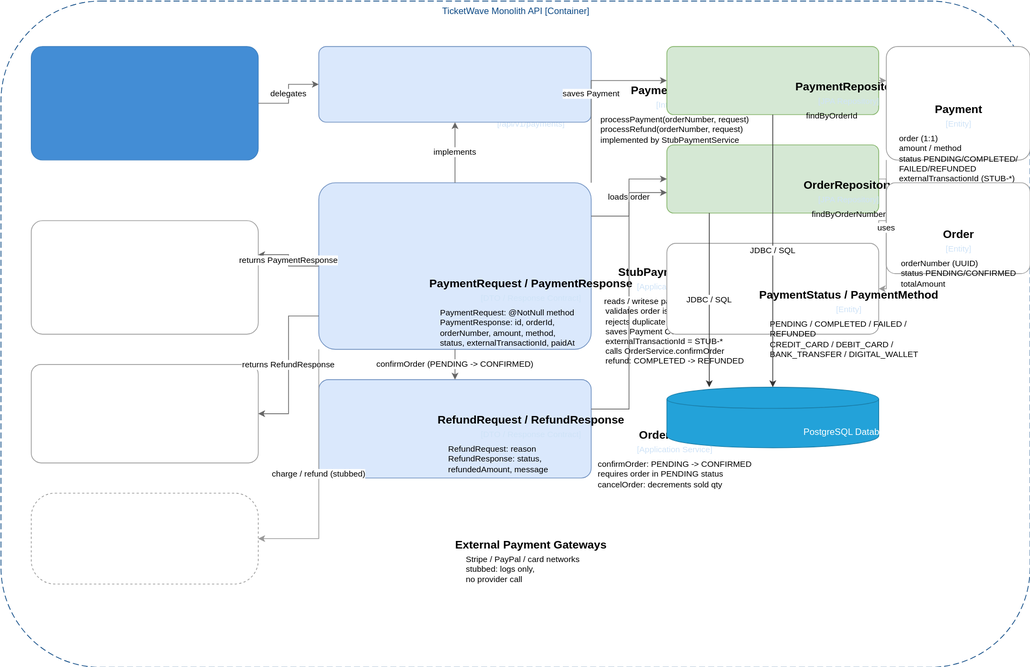
Above: diagrams/c4model/ticketwave-c3-payment-service.drawio.svg in Juanchoque1206/soe-TicketWave (draw.io), before the change. Source tidied: cells renumbered, new cells last; positions are measured from the earlier drawing's top-left corner, leaving out a move shared by most shapes.
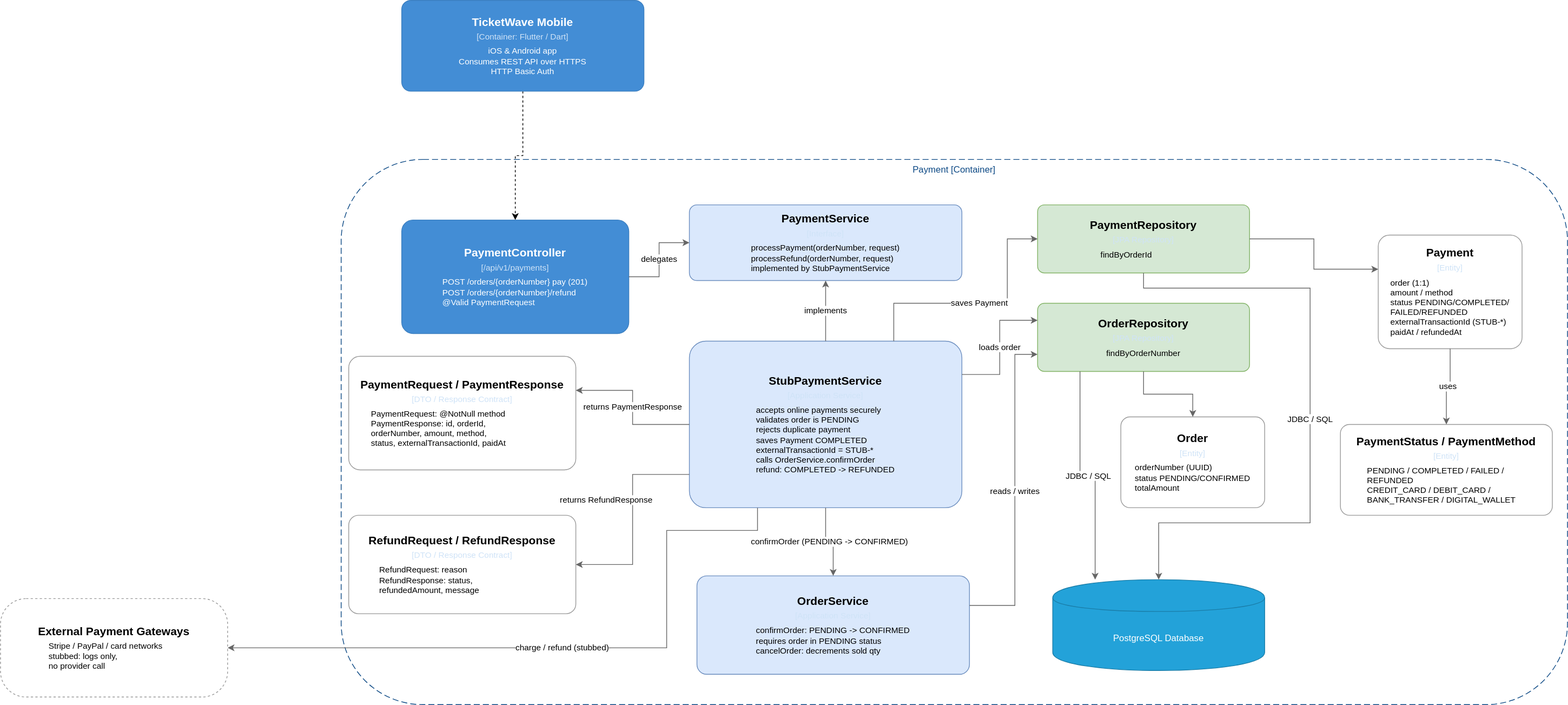
Later version of the same file.

What changed in the source:
```diff
@@ -2,11 +2,11 @@
   <root>
     <mxCell id="0" />
     <mxCell id="1" parent="0" />
-    <mxCell id="2" value="TicketWave Monolith API [Container]" style="group;rounded=1;whiteSpace=wrap;html=1;dashed=1;strokeColor=#0b4884;fillColor=none;fontColor=#0b4884;dashPattern=8 4;" parent="1" vertex="1">
-      <mxGeometry width="1360" height="880" as="geometry" />
+    <mxCell id="2" value="Payment [Container]" style="group;rounded=1;whiteSpace=wrap;html=1;dashed=1;strokeColor=#0b4884;fillColor=none;fontColor=#0b4884;dashPattern=8 4;" parent="1" vertex="1">
+      <mxGeometry x="-40" width="1620" height="720" as="geometry" />
     </mxCell>
     <mxCell id="3" value="&lt;div style=&quot;border-color: rgb(218, 220, 224); font-size: 15px; font-weight: bold; margin-bottom: 4px;&quot;&gt;PaymentController&lt;/div&gt;&lt;div style=&quot;border-color: rgb(218, 220, 224); font-size: 11px; color: rgb(207, 227, 247); margin-bottom: 6px;&quot;&gt;[/api/v1/payments]&lt;/div&gt;&lt;div style=&quot;border-color: rgb(218, 220, 224); font-size: 11px; text-align: left; padding: 0px 14px;&quot;&gt;POST /orders/{orderNumber}  pay (201)&lt;/div&gt;&lt;div style=&quot;border-color: rgb(218, 220, 224); font-size: 11px; text-align: left; padding: 0px 14px;&quot;&gt;POST /orders/{orderNumber}/refund&lt;/div&gt;&lt;div style=&quot;border-color: rgb(218, 220, 224); font-size: 11px; text-align: left; padding: 0px 14px;&quot;&gt;@Valid PaymentRequest&lt;/div&gt;" style="rounded=1;whiteSpace=wrap;html=1;fillColor=#438dd5;strokeColor=#3c7fc0;fontColor=#ffffff;arcSize=10;" parent="1" vertex="1">
-      <mxGeometry x="40" y="60" width="300" height="150" as="geometry" />
+      <mxGeometry x="40" y="80" width="300" height="150" as="geometry" />
     </mxCell>
     <mxCell id="4" value="&lt;div style=&quot;border-color: rgb(218, 220, 224); font-size: 15px; font-weight: bold; margin-bottom: 4px;&quot;&gt;PaymentService&lt;/div&gt;&lt;div style=&quot;border-color: rgb(218, 220, 224); font-size: 11px; color: rgb(207, 227, 247); margin-bottom: 6px;&quot;&gt;[Interface]&lt;/div&gt;&lt;div style=&quot;border-color: rgb(218, 220, 224); font-size: 11px; text-align: left; padding: 0px 14px;&quot;&gt;processPayment(orderNumber, request)&lt;/div&gt;&lt;div style=&quot;border-color: rgb(218, 220, 224); font-size: 11px; text-align: left; padding: 0px 14px;&quot;&gt;processRefund(orderNumber, request)&lt;/div&gt;&lt;div style=&quot;border-color: rgb(218, 220, 224); font-size: 11px; text-align: left; padding: 0px 14px;&quot;&gt;implemented by StubPaymentService&lt;/div&gt;" style="rounded=1;whiteSpace=wrap;html=1;fillColor=#dae8fc;strokeColor=#6c8ebf;arcSize=10;" parent="1" vertex="1">
       <mxGeometry x="420" y="60" width="360" height="100" as="geometry" />
@@ -15,13 +15,13 @@
       <mxGeometry x="420" y="240" width="360" height="220" as="geometry" />
     </mxCell>
     <mxCell id="6" value="&lt;div style=&quot;border-color: rgb(218, 220, 224); font-size: 15px; font-weight: bold; margin-bottom: 4px;&quot;&gt;OrderService&lt;/div&gt;&lt;div style=&quot;border-color: rgb(218, 220, 224); font-size: 11px; color: rgb(207, 227, 247); margin-bottom: 6px;&quot;&gt;[Application Service]&lt;/div&gt;&lt;div style=&quot;border-color: rgb(218, 220, 224); font-size: 11px; text-align: left; padding: 0px 14px;&quot;&gt;confirmOrder: PENDING -&gt; CONFIRMED&lt;/div&gt;&lt;div style=&quot;border-color: rgb(218, 220, 224); font-size: 11px; text-align: left; padding: 0px 14px;&quot;&gt;requires order in PENDING status&lt;/div&gt;&lt;div style=&quot;border-color: rgb(218, 220, 224); font-size: 11px; text-align: left; padding: 0px 14px;&quot;&gt;cancelOrder: decrements sold qty&lt;/div&gt;" style="rounded=1;whiteSpace=wrap;html=1;fillColor=#dae8fc;strokeColor=#6c8ebf;arcSize=10;" parent="1" vertex="1">
-      <mxGeometry x="420" y="500" width="360" height="130" as="geometry" />
+      <mxGeometry x="430" y="550" width="360" height="130" as="geometry" />
     </mxCell>
     <mxCell id="7" value="&lt;div style=&quot;border-color: rgb(218, 220, 224); font-size: 15px; font-weight: bold; margin-bottom: 4px;&quot;&gt;PaymentRequest / PaymentResponse&lt;/div&gt;&lt;div style=&quot;border-color: rgb(218, 220, 224); font-size: 11px; color: rgb(207, 227, 247); margin-bottom: 6px;&quot;&gt;[DTO / Response Contract]&lt;/div&gt;&lt;div style=&quot;border-color: rgb(218, 220, 224); font-size: 11px; text-align: left; padding: 0px 14px;&quot;&gt;PaymentRequest: @NotNull method&lt;/div&gt;&lt;div style=&quot;border-color: rgb(218, 220, 224); font-size: 11px; text-align: left; padding: 0px 14px;&quot;&gt;PaymentResponse: id, orderId,&lt;/div&gt;&lt;div style=&quot;border-color: rgb(218, 220, 224); font-size: 11px; text-align: left; padding: 0px 14px;&quot;&gt;orderNumber, amount, method,&lt;/div&gt;&lt;div style=&quot;border-color: rgb(218, 220, 224); font-size: 11px; text-align: left; padding: 0px 14px;&quot;&gt;status, externalTransactionId, paidAt&lt;/div&gt;" style="rounded=1;whiteSpace=wrap;html=1;fillColor=#ffffff;strokeColor=#999999;arcSize=10;" parent="1" vertex="1">
-      <mxGeometry x="40" y="290" width="300" height="150" as="geometry" />
+      <mxGeometry x="-30" y="260" width="300" height="150" as="geometry" />
     </mxCell>
     <mxCell id="8" value="&lt;div style=&quot;border-color: rgb(218, 220, 224); font-size: 15px; font-weight: bold; margin-bottom: 4px;&quot;&gt;RefundRequest / RefundResponse&lt;/div&gt;&lt;div style=&quot;border-color: rgb(218, 220, 224); font-size: 11px; color: rgb(207, 227, 247); margin-bottom: 6px;&quot;&gt;[DTO / Response Contract]&lt;/div&gt;&lt;div style=&quot;border-color: rgb(218, 220, 224); font-size: 11px; text-align: left; padding: 0px 14px;&quot;&gt;RefundRequest: reason&lt;/div&gt;&lt;div style=&quot;border-color: rgb(218, 220, 224); font-size: 11px; text-align: left; padding: 0px 14px;&quot;&gt;RefundResponse: status,&lt;/div&gt;&lt;div style=&quot;border-color: rgb(218, 220, 224); font-size: 11px; text-align: left; padding: 0px 14px;&quot;&gt;refundedAmount, message&lt;/div&gt;" style="rounded=1;whiteSpace=wrap;html=1;fillColor=#ffffff;strokeColor=#999999;arcSize=10;" parent="1" vertex="1">
-      <mxGeometry x="40" y="480" width="300" height="130" as="geometry" />
+      <mxGeometry x="-30" y="470" width="300" height="130" as="geometry" />
     </mxCell>
     <mxCell id="9" value="&lt;div style=&quot;border-color: rgb(218, 220, 224); font-size: 15px; font-weight: bold; margin-bottom: 4px;&quot;&gt;PaymentRepository&lt;/div&gt;&lt;div style=&quot;border-color: rgb(218, 220, 224); font-size: 11px; color: rgb(207, 227, 247); margin-bottom: 6px;&quot;&gt;[JPA Repository]&lt;/div&gt;&lt;div style=&quot;border-color: rgb(218, 220, 224); font-size: 11px; text-align: left; padding: 0px 14px;&quot;&gt;findByOrderId&lt;/div&gt;" style="rounded=1;whiteSpace=wrap;html=1;fillColor=#d5e8d4;strokeColor=#82b366;arcSize=10;" parent="1" vertex="1">
       <mxGeometry x="880" y="60" width="280" height="90" as="geometry" />
@@ -30,19 +30,19 @@
       <mxGeometry x="880" y="190" width="280" height="90" as="geometry" />
     </mxCell>
     <mxCell id="11" value="&lt;div style=&quot;border-color: rgb(218, 220, 224); font-size: 15px; font-weight: bold; margin-bottom: 4px;&quot;&gt;Payment&lt;/div&gt;&lt;div style=&quot;border-color: rgb(218, 220, 224); font-size: 11px; color: rgb(207, 227, 247); margin-bottom: 6px;&quot;&gt;[Entity]&lt;/div&gt;&lt;div style=&quot;border-color: rgb(218, 220, 224); font-size: 11px; text-align: left; padding: 0px 14px;&quot;&gt;order (1:1)&lt;/div&gt;&lt;div style=&quot;border-color: rgb(218, 220, 224); font-size: 11px; text-align: left; padding: 0px 14px;&quot;&gt;amount / method&lt;/div&gt;&lt;div style=&quot;border-color: rgb(218, 220, 224); font-size: 11px; text-align: left; padding: 0px 14px;&quot;&gt;status PENDING/COMPLETED/&lt;/div&gt;&lt;div style=&quot;border-color: rgb(218, 220, 224); font-size: 11px; text-align: left; padding: 0px 14px;&quot;&gt;FAILED/REFUNDED&lt;/div&gt;&lt;div style=&quot;border-color: rgb(218, 220, 224); font-size: 11px; text-align: left; padding: 0px 14px;&quot;&gt;externalTransactionId (STUB-*)&lt;/div&gt;&lt;div style=&quot;border-color: rgb(218, 220, 224); font-size: 11px; text-align: left; padding: 0px 14px;&quot;&gt;paidAt / refundedAt&lt;/div&gt;" style="rounded=1;whiteSpace=wrap;html=1;fillColor=#ffffff;strokeColor=#999999;arcSize=10;" parent="1" vertex="1">
-      <mxGeometry x="1170" y="60" width="190" height="150" as="geometry" />
+      <mxGeometry x="1330" y="100" width="190" height="150" as="geometry" />
     </mxCell>
     <mxCell id="12" value="&lt;div style=&quot;border-color: rgb(218, 220, 224); font-size: 15px; font-weight: bold; margin-bottom: 4px;&quot;&gt;Order&lt;/div&gt;&lt;div style=&quot;border-color: rgb(218, 220, 224); font-size: 11px; color: rgb(207, 227, 247); margin-bottom: 6px;&quot;&gt;[Entity]&lt;/div&gt;&lt;div style=&quot;border-color: rgb(218, 220, 224); font-size: 11px; text-align: left; padding: 0px 14px;&quot;&gt;orderNumber (UUID)&lt;/div&gt;&lt;div style=&quot;border-color: rgb(218, 220, 224); font-size: 11px; text-align: left; padding: 0px 14px;&quot;&gt;status PENDING/CONFIRMED&lt;/div&gt;&lt;div style=&quot;border-color: rgb(218, 220, 224); font-size: 11px; text-align: left; padding: 0px 14px;&quot;&gt;totalAmount&lt;/div&gt;" style="rounded=1;whiteSpace=wrap;html=1;fillColor=#ffffff;strokeColor=#999999;arcSize=10;" parent="1" vertex="1">
-      <mxGeometry x="1170" y="240" width="190" height="120" as="geometry" />
+      <mxGeometry x="990" y="340" width="190" height="120" as="geometry" />
     </mxCell>
     <mxCell id="13" value="&lt;div style=&quot;border-color: rgb(218, 220, 224); font-size: 15px; font-weight: bold; margin-bottom: 4px;&quot;&gt;PaymentStatus / PaymentMethod&lt;/div&gt;&lt;div style=&quot;border-color: rgb(218, 220, 224); font-size: 11px; color: rgb(207, 227, 247); margin-bottom: 6px;&quot;&gt;[Entity]&lt;/div&gt;&lt;div style=&quot;border-color: rgb(218, 220, 224); font-size: 11px; text-align: left; padding: 0px 14px;&quot;&gt;PENDING / COMPLETED / FAILED /&lt;/div&gt;&lt;div style=&quot;border-color: rgb(218, 220, 224); font-size: 11px; text-align: left; padding: 0px 14px;&quot;&gt;REFUNDED&lt;/div&gt;&lt;div style=&quot;border-color: rgb(218, 220, 224); font-size: 11px; text-align: left; padding: 0px 14px;&quot;&gt;CREDIT_CARD / DEBIT_CARD /&lt;/div&gt;&lt;div style=&quot;border-color: rgb(218, 220, 224); font-size: 11px; text-align: left; padding: 0px 14px;&quot;&gt;BANK_TRANSFER / DIGITAL_WALLET&lt;/div&gt;" style="rounded=1;whiteSpace=wrap;html=1;fillColor=#ffffff;strokeColor=#999999;arcSize=10;" parent="1" vertex="1">
-      <mxGeometry x="880" y="320" width="280" height="120" as="geometry" />
+      <mxGeometry x="1280" y="350" width="280" height="120" as="geometry" />
     </mxCell>
     <mxCell id="14" value="PostgreSQL Database" style="shape=cylinder;whiteSpace=wrap;html=1;boundedLbl=1;backgroundOutline=1;fillColor=#23a2d9;strokeColor=#1a7da8;fontColor=#ffffff;" parent="1" vertex="1">
-      <mxGeometry x="880" y="510" width="280" height="80" as="geometry" />
+      <mxGeometry x="900" y="555" width="280" height="120" as="geometry" />
     </mxCell>
     <mxCell id="15" value="&lt;div style=&quot;border-color: rgb(218, 220, 224); font-size: 15px; font-weight: bold; margin-bottom: 4px;&quot;&gt;External Payment Gateways&lt;/div&gt;&lt;div style=&quot;border-color: rgb(218, 220, 224); font-size: 11px; text-align: left; padding: 0px 14px;&quot;&gt;Stripe / PayPal / card networks&lt;/div&gt;&lt;div style=&quot;border-color: rgb(218, 220, 224); font-size: 11px; text-align: left; padding: 0px 14px;&quot;&gt;stubbed: logs only,&lt;/div&gt;&lt;div style=&quot;border-color: rgb(218, 220, 224); font-size: 11px; text-align: left; padding: 0px 14px;&quot;&gt;no provider call&lt;/div&gt;" style="rounded=1;whiteSpace=wrap;html=1;fillColor=#ffffff;strokeColor=#999999;dashed=1;arcSize=26;" parent="1" vertex="1">
-      <mxGeometry x="40" y="650" width="300" height="120" as="geometry" />
+      <mxGeometry x="-490" y="580" width="300" height="130" as="geometry" />
     </mxCell>
     <mxCell id="16" value="delegates" style="edgeStyle=orthogonalEdgeStyle;rounded=0;html=1;strokeColor=#666666;exitX=1;exitY=0.5;entryX=0;entryY=0.5;" parent="1" edge="1" source="3" target="4">
       <mxGeometry relative="1" as="geometry" />
@@ -50,11 +50,17 @@
     <mxCell id="17" value="implements" style="edgeStyle=orthogonalEdgeStyle;rounded=0;html=1;strokeColor=#666666;exitX=0.5;exitY=0;entryX=0.5;entryY=1;" parent="1" edge="1" source="5" target="4">
       <mxGeometry relative="1" as="geometry" />
     </mxCell>
-    <mxCell id="18" value="loads order" style="edgeStyle=orthogonalEdgeStyle;rounded=0;html=1;strokeColor=#666666;exitX=1;exitY=0.2;entryX=0;entryY=0.5;" parent="1" edge="1" source="5" target="10">
+    <mxCell id="18" value="loads order" style="edgeStyle=orthogonalEdgeStyle;rounded=0;html=1;strokeColor=#666666;exitX=1;exitY=0.2;entryX=0;entryY=0.25;entryDx=0;entryDy=0;" parent="1" edge="1" source="5" target="10">
       <mxGeometry relative="1" as="geometry" />
     </mxCell>
-    <mxCell id="19" value="saves Payment" style="edgeStyle=orthogonalEdgeStyle;rounded=0;html=1;strokeColor=#666666;exitX=1;exitY=0;entryX=0;entryY=0.5;" parent="1" edge="1" source="5" target="9">
-      <mxGeometry relative="1" as="geometry" />
+    <mxCell id="19" value="saves Payment" style="edgeStyle=orthogonalEdgeStyle;rounded=0;html=1;strokeColor=#666666;exitX=0.75;exitY=0;entryX=0;entryY=0.5;exitDx=0;exitDy=0;" parent="1" edge="1" source="5" target="9">
+      <mxGeometry relative="1" as="geometry">
+        <Array as="points">
+          <mxPoint x="690" y="190" />
+          <mxPoint x="840" y="190" />
+          <mxPoint x="840" y="105" />
+        </Array>
+      </mxGeometry>
     </mxCell>
     <mxCell id="20" value="confirmOrder (PENDING -&gt; CONFIRMED)" style="edgeStyle=orthogonalEdgeStyle;rounded=0;html=1;strokeColor=#666666;exitX=0.5;exitY=1;entryX=0.5;entryY=0;" parent="1" edge="1" source="5" target="6">
       <mxGeometry relative="1" as="geometry" />
@@ -63,28 +69,52 @@
       <mxGeometry relative="1" as="geometry" />
     </mxCell>
     <mxCell id="22" value="returns RefundResponse" style="edgeStyle=orthogonalEdgeStyle;rounded=0;html=1;strokeColor=#666666;exitX=0;exitY=0.8;entryX=1;entryY=0.5;" parent="1" edge="1" source="5" target="8">
-      <mxGeometry relative="1" as="geometry" />
+      <mxGeometry x="-0.19" y="-35" relative="1" as="geometry" />
     </mxCell>
-    <mxCell id="23" value="charge / refund (stubbed)" style="edgeStyle=orthogonalEdgeStyle;rounded=0;html=1;strokeColor=#666666;strokeColor=#999999;exitX=0;exitY=1;entryX=1;entryY=0.5;" parent="1" edge="1" source="5" target="15">
-      <mxGeometry relative="1" as="geometry" />
+    <mxCell id="23" value="charge / refund (stubbed)" style="edgeStyle=orthogonalEdgeStyle;rounded=0;html=1;strokeColor=#666666;exitX=0.25;exitY=1;entryX=1;entryY=0.5;entryDx=0;entryDy=0;exitDx=0;exitDy=0;" parent="1" edge="1" source="5" target="15">
+      <mxGeometry relative="1" as="geometry">
+        <Array as="points">
+          <mxPoint x="510" y="490" />
+          <mxPoint x="390" y="490" />
+          <mxPoint x="390" y="645" />
+        </Array>
+      </mxGeometry>
     </mxCell>
-    <mxCell id="24" value="reads / writes" style="edgeStyle=orthogonalEdgeStyle;rounded=0;html=1;strokeColor=#666666;exitX=1;exitY=0.3;entryX=0;entryY=0.7;" parent="1" edge="1" source="6" target="10">
-      <mxGeometry relative="1" as="geometry" />
+    <mxCell id="24" value="reads / writes" style="edgeStyle=orthogonalEdgeStyle;rounded=0;html=1;strokeColor=#666666;exitX=1;exitY=0.3;entryX=0;entryY=0.75;entryDx=0;entryDy=0;" parent="1" edge="1" source="6" target="10">
+      <mxGeometry relative="1" as="geometry">
+        <Array as="points">
+          <mxPoint x="850" y="589" />
+          <mxPoint x="850" y="258" />
+        </Array>
+      </mxGeometry>
     </mxCell>
-    <mxCell id="25" style="edgeStyle=orthogonalEdgeStyle;rounded=0;html=1;strokeColor=#666666;strokeColor=#999999;exitX=1;exitY=0.5;entryX=0;entryY=0.5;" parent="1" edge="1" source="10" target="12">
+    <mxCell id="25" style="edgeStyle=orthogonalEdgeStyle;rounded=0;html=1;strokeColor=#666666;exitX=0.5;exitY=1;entryX=0.5;entryY=0;exitDx=0;exitDy=0;entryDx=0;entryDy=0;" parent="1" edge="1" source="10" target="12">
       <mxGeometry relative="1" as="geometry" />
     </mxCell>
-    <mxCell id="26" style="edgeStyle=orthogonalEdgeStyle;rounded=0;html=1;strokeColor=#666666;strokeColor=#999999;exitX=1;exitY=0.5;entryX=0;entryY=0.3;" parent="1" edge="1" source="9" target="11">
+    <mxCell id="26" style="edgeStyle=orthogonalEdgeStyle;rounded=0;html=1;strokeColor=#666666;exitX=1;exitY=0.5;entryX=0;entryY=0.3;" parent="1" edge="1" source="9" target="11">
       <mxGeometry relative="1" as="geometry" />
     </mxCell>
-    <mxCell id="27" value="uses" style="edgeStyle=orthogonalEdgeStyle;rounded=0;html=1;strokeColor=#666666;strokeColor=#999999;exitX=0;exitY=1;entryX=1;entryY=0.5;" parent="1" edge="1" source="11" target="13">
+    <mxCell id="27" value="uses" style="edgeStyle=orthogonalEdgeStyle;rounded=0;html=1;strokeColor=#666666;exitX=0.5;exitY=1;entryX=0.5;entryY=0;exitDx=0;exitDy=0;entryDx=0;entryDy=0;" parent="1" edge="1" source="11" target="13">
       <mxGeometry relative="1" as="geometry" />
     </mxCell>
-    <mxCell id="28" value="JDBC / SQL" style="edgeStyle=orthogonalEdgeStyle;rounded=0;html=1;strokeColor=#666666;strokeColor=#333333;exitX=0.5;exitY=1;entryX=0.5;entryY=0;" parent="1" edge="1" source="9" target="14">
-      <mxGeometry relative="1" as="geometry" />
+    <mxCell id="28" value="JDBC / SQL" style="edgeStyle=orthogonalEdgeStyle;rounded=0;html=1;strokeColor=#666666;exitX=0.5;exitY=1;entryX=0.5;entryY=0;" parent="1" edge="1" source="9" target="14">
+      <mxGeometry relative="1" as="geometry">
+        <Array as="points">
+          <mxPoint x="1020" y="170" />
+          <mxPoint x="1240" y="170" />
+          <mxPoint x="1240" y="480" />
+          <mxPoint x="1040" y="480" />
+        </Array>
+      </mxGeometry>
     </mxCell>
-    <mxCell id="29" value="JDBC / SQL" style="edgeStyle=orthogonalEdgeStyle;rounded=0;html=1;strokeColor=#666666;strokeColor=#333333;exitX=0.2;exitY=1;entryX=0.2;entryY=0;" parent="1" edge="1" source="10" target="14">
+    <mxCell id="29" value="JDBC / SQL" style="edgeStyle=orthogonalEdgeStyle;rounded=0;html=1;strokeColor=#666666;exitX=0.2;exitY=1;entryX=0.2;entryY=0;" parent="1" edge="1" source="10" target="14">
       <mxGeometry relative="1" as="geometry" />
     </mxCell>
+    <mxCell id="30" style="edgeStyle=orthogonalEdgeStyle;rounded=0;jettySize=auto;html=1;entryX=0.5;entryY=0;entryDx=0;entryDy=0;dashed=1;" parent="1" edge="1" source="31" target="3">
+      <mxGeometry relative="1" as="geometry" />
+    </mxCell>
+    <mxCell id="31" value="&lt;div style=&quot;border-color: rgb(218, 220, 224); font-size: 15px; font-weight: bold; margin-bottom: 4px;&quot;&gt;TicketWave Mobile&lt;/div&gt;&lt;div style=&quot;border-color: rgb(218, 220, 224); font-size: 11px; color: rgb(207, 227, 247); margin-bottom: 6px;&quot;&gt;[Container: Flutter / Dart]&lt;/div&gt;&lt;div style=&quot;border-color: rgb(218, 220, 224); font-size: 11px;&quot;&gt;iOS &amp;amp; Android app&lt;/div&gt;&lt;div style=&quot;border-color: rgb(218, 220, 224); font-size: 11px;&quot;&gt;Consumes REST API over HTTPS&lt;/div&gt;&lt;div style=&quot;border-color: rgb(218, 220, 224); font-size: 11px;&quot;&gt;HTTP Basic Auth&lt;/div&gt;" style="rounded=1;whiteSpace=wrap;html=1;fillColor=#438dd5;strokeColor=#3c7fc0;fontColor=#ffffff;arcSize=10;" parent="1" vertex="1">
+      <mxGeometry x="40" y="-210" width="320" height="120" as="geometry" />
+    </mxCell>
   </root>
 </mxGraphModel>
```
